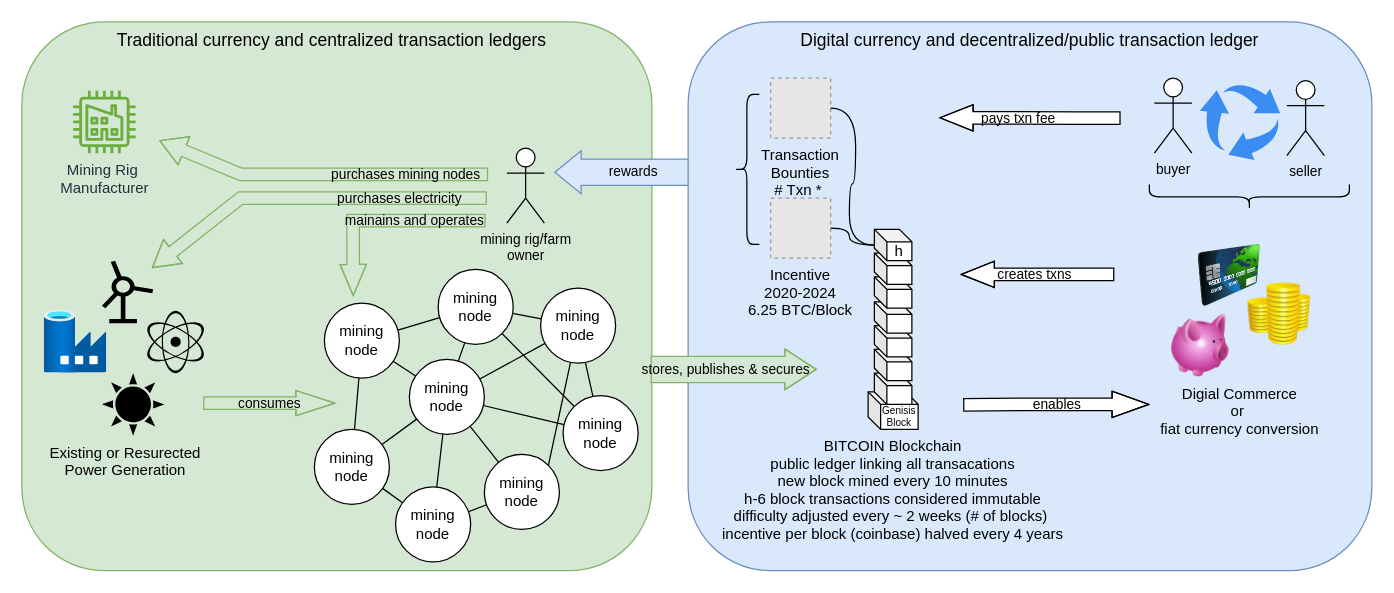
The draw.io diagram page "Stage 1 - Base" (1 of 5) of source/macro.drawio in abs2023/tdocs, before the edit. Source tidied: cells renumbered, new cells numbered last; positions are measured from the earlier drawing's top-left corner, leaving out a move shared by most shapes. Both pictures are drawn from the tidied source at 125%, with x=0, y=0 at pixel (21, 21). Pictures stored in the file or linked from it are replaced by grey dashed boxes.
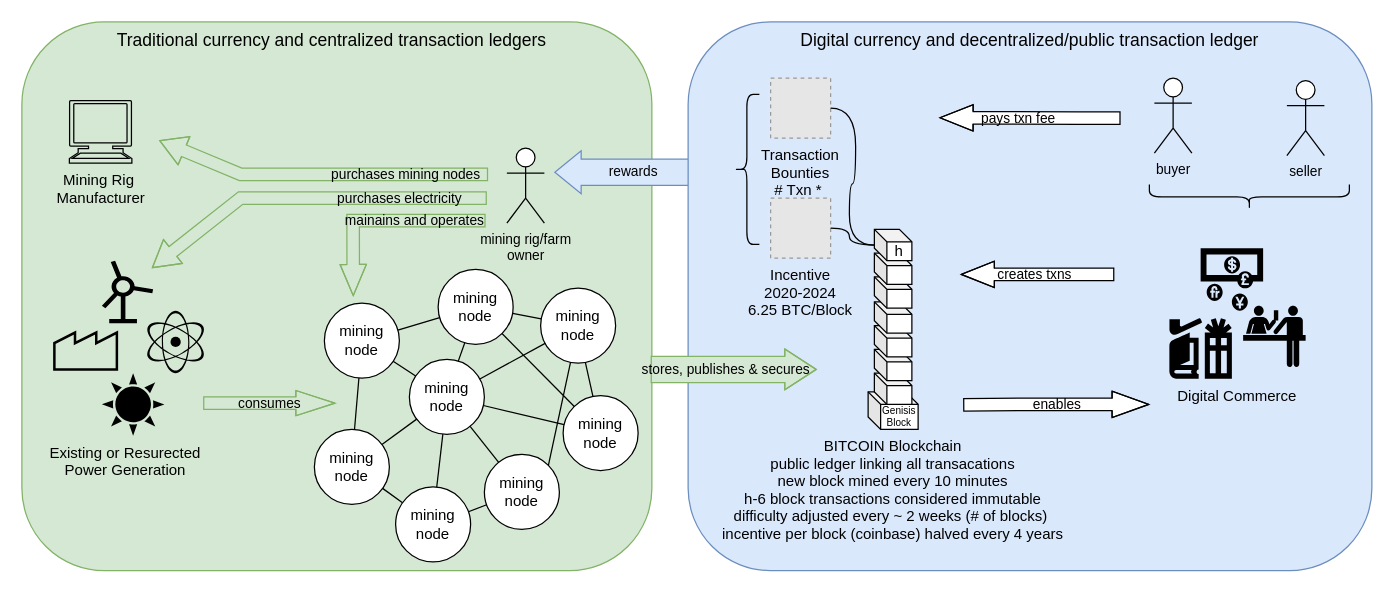
Above is the later version.

Unchanged cells that the change refers to:
```xml
<mxCell id="2" value="Traditional currency and centralized transaction ledgers&amp;nbsp;&amp;nbsp;" style="rounded=1;whiteSpace=wrap;html=1;fontSize=14;align=center;verticalAlign=top;fillColor=#d5e8d4;strokeColor=#82b366;labelPosition=center;verticalLabelPosition=middle;" parent="1" vertex="1">
  <mxGeometry width="504" height="439" as="geometry" />
</mxCell>
<mxCell id="6" value="Existing or Resurected&#10;Power Generation" style="group;labelPosition=center;verticalLabelPosition=bottom;align=center;verticalAlign=top;" parent="1" vertex="1">
  <mxGeometry x="18" y="191" width="130" height="140" as="geometry" />
</mxCell>
```

Change to the diagram source:
```diff
@@
-    <mxCell id="9" style="html=1;align=center;image;fontSize=12;image=img/lib/azure2/databases/Data_Factory.svg;" parent="6" vertex="1">
-      <mxGeometry y="40" width="50" height="50" as="geometry" />
-    </mxCell>
@@
-    <mxCell id="11" value="Digial Commerce&#10;or &#10;fiat currency conversion" style="group;labelPosition=center;verticalLabelPosition=bottom;align=center;verticalAlign=top;" parent="1" vertex="1">
-      <mxGeometry x="918" y="178" width="113" height="106" as="geometry" />
-    </mxCell>
-    <mxCell id="12" style="image;html=1;image=img/lib/clip_art/finance/Coins_128x128.png;fontSize=8;align=center;verticalAlign=bottom;" parent="11" vertex="1">
-      <mxGeometry x="63" y="31" width="50" height="50" as="geometry" />
-    </mxCell>
-    <mxCell id="13" style="image;html=1;image=img/lib/clip_art/finance/Piggy_Bank_128x128.png;fontSize=8;align=center;verticalAlign=bottom;" parent="11" vertex="1">
-      <mxGeometry y="56" width="50" height="50" as="geometry" />
-    </mxCell>
-    <mxCell id="14" style="image;html=1;image=img/lib/clip_art/finance/Credit_Card_128x128.png;fontSize=8;align=center;verticalAlign=bottom;" parent="11" vertex="1">
-      <mxGeometry x="23" width="50" height="50" as="geometry" />
-    </mxCell>
+    <mxCell id="66" value="&amp;nbsp;" style="strokeWidth=2;html=1;shape=mxgraph.lean_mapping.outside_sources;whiteSpace=wrap;align=center;fillColor=#d5e8d4;strokeColor=default;" parent="6" vertex="1">
+      <mxGeometry x="8" y="57" width="50" height="30" as="geometry" />
+    </mxCell>
@@
+    <mxCell id="64" value="purchases mining nodes" style="shape=flexArrow;endArrow=classic;html=1;rounded=0;fontSize=11;endWidth=13.333333333333334;endSize=6.65;labelBackgroundColor=none;entryX=0.218;entryY=0.216;entryDx=0;entryDy=0;entryPerimeter=0;fillColor=#d5e8d4;strokeColor=#82b366;" parent="1" edge="1" target="2">
+      <mxGeometry x="-0.51" relative="1" as="geometry">
+        <mxPoint x="373" y="122" as="sourcePoint" />
+        <Array as="points">
+          <mxPoint x="175" y="122" />
+        </Array>
+      </mxGeometry>
+    </mxCell>
-    <mxCell id="63" value="Mining Rig&amp;nbsp;&lt;br&gt;Manufacturer" style="sketch=0;fontColor=#232F3E;gradientColor=none;fillColor=#6CAE3E;strokeColor=none;dashed=0;verticalLabelPosition=bottom;verticalAlign=top;align=center;html=1;fontSize=12;fontStyle=0;shape=mxgraph.aws4.factory;labelBackgroundColor=none;" parent="1" vertex="1">
-      <mxGeometry x="41" y="55" width="50" height="50" as="geometry" />
+    <mxCell id="63" value="Mining Rig&amp;nbsp;&lt;br&gt;Manufacturer" style="shape=mxgraph.signs.tech.computer;html=1;fillColor=#d5e8d4;strokeColor=default;verticalLabelPosition=bottom;verticalAlign=top;align=center;sketch=0;" parent="1" vertex="1">
+      <mxGeometry x="38" y="63" width="50" height="50" as="geometry" />
     </mxCell>
-    <mxCell id="64" value="purchases mining nodes" style="shape=flexArrow;endArrow=classic;html=1;rounded=0;fontSize=11;endWidth=13.333333333333334;endSize=6.65;labelBackgroundColor=none;entryX=0.218;entryY=0.216;entryDx=0;entryDy=0;entryPerimeter=0;fillColor=#d5e8d4;strokeColor=#82b366;" parent="1" edge="1" target="2">
-      <mxGeometry x="-0.51" relative="1" as="geometry">
-        <mxPoint x="373" y="122" as="sourcePoint" />
-        <Array as="points">
-          <mxPoint x="175" y="122" />
-        </Array>
-      </mxGeometry>
-    </mxCell>
-    <mxCell id="65" style="sketch=0;html=1;strokeColor=none;shadow=0;align=center;verticalAlign=top;fillColor=#3B8DF1;shape=mxgraph.gcp2.arrow_cycle;labelBackgroundColor=none;fontSize=14;" parent="1" vertex="1">
-      <mxGeometry x="942.4" y="49.5" width="64.2" height="61" as="geometry" />
-    </mxCell>
+    <mxCell id="67" value="Digital Commerce" style="group;verticalAlign=top;labelPosition=center;verticalLabelPosition=bottom;align=center;" parent="1" vertex="1">
+      <mxGeometry x="918" y="181" width="109" height="104.5" as="geometry" />
+    </mxCell>
+    <mxCell id="68" style="shape=mxgraph.signs.travel.ticket_purchase;html=1;fillColor=#000000;strokeColor=none;verticalLabelPosition=bottom;verticalAlign=top;align=center;sketch=0;" parent="67" vertex="1">
+      <mxGeometry x="59" y="46" width="50" height="50" as="geometry" />
+    </mxCell>
+    <mxCell id="69" style="shape=mxgraph.signs.travel.currency_exchange;html=1;fillColor=#000000;strokeColor=none;verticalLabelPosition=bottom;verticalAlign=top;align=center;sketch=0;" parent="67" vertex="1">
+      <mxGeometry x="25" width="50" height="50" as="geometry" />
+    </mxCell>
+    <mxCell id="70" style="shape=mxgraph.signs.travel.shops;html=1;fillColor=#000000;strokeColor=none;verticalLabelPosition=bottom;verticalAlign=top;align=center;sketch=0;" parent="67" vertex="1">
+      <mxGeometry y="56" width="50" height="48.5" as="geometry" />
+    </mxCell>
```
